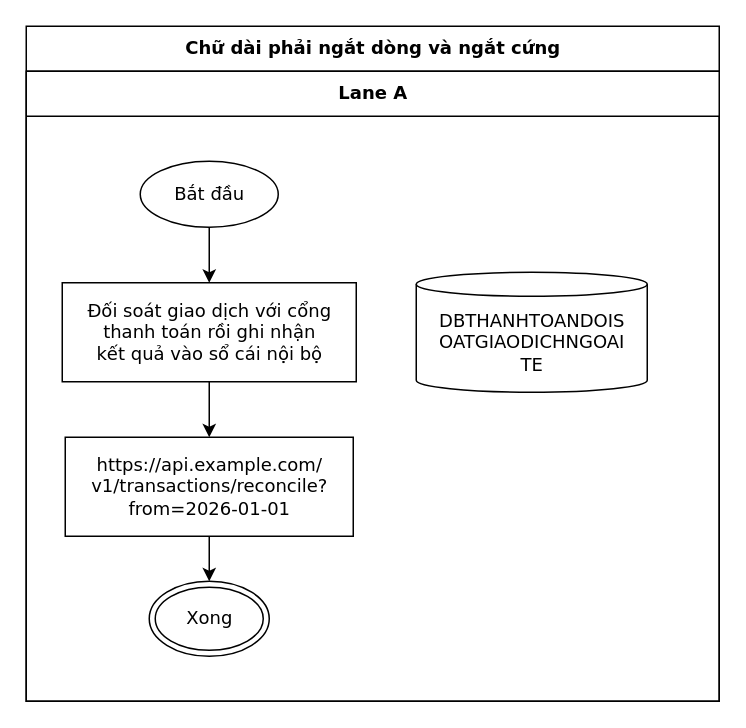
Before: conformance/golden/cases/19-wrap-long.drawio in luytbq/flowcast, a draw.io diagram. Source tidied: cells renumbered, new cells numbered last; positions are measured from the earlier drawing's top-left corner, leaving out a move shared by most shapes. Both pictures are drawn from the tidied source at 150%, with x=0, y=0 at pixel (26, 26).
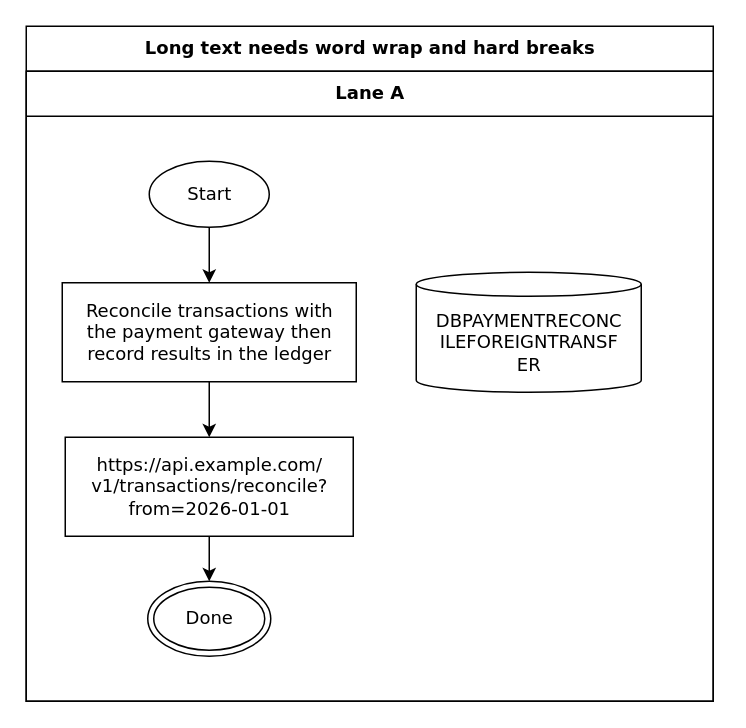
After the change.

The edit, as a diff of the source:
```diff
@@
 <mxGraphModel>
   <root>
     <mxCell id="0" />
     <mxCell id="1" parent="0" />
-    <mxCell id="2" value="Chữ dài phải ngắt dòng và ngắt cứng" style="swimlane;html=1;startSize=30;fontStyle=1;fontFamily=Verdana;fontSize=12;flowtable=1;" parent="1" vertex="1">
-      <mxGeometry width="462" height="450" as="geometry" />
+    <mxCell id="2" value="Long text needs word wrap and hard breaks" style="swimlane;html=1;startSize=30;fontStyle=1;fontFamily=Verdana;fontSize=12;flowtable=1;" parent="1" vertex="1">
+      <mxGeometry width="458" height="450" as="geometry" />
     </mxCell>
     <mxCell id="3" value="Lane A" style="swimlane;html=1;startSize=30;fontFamily=Verdana;fontSize=12;flowtable=1;" parent="2" vertex="1">
-      <mxGeometry y="30" width="462" height="420" as="geometry" />
+      <mxGeometry y="30" width="458" height="420" as="geometry" />
     </mxCell>
-    <mxCell id="4" value="Bắt đầu" style="ellipse;html=1;fontFamily=Verdana;fontSize=12;flowtable=1;" parent="3" vertex="1">
-      <mxGeometry x="76" y="60" width="92" height="44" as="geometry" />
+    <mxCell id="4" value="Start" style="ellipse;html=1;fontFamily=Verdana;fontSize=12;flowtable=1;" parent="3" vertex="1">
+      <mxGeometry x="82" y="60" width="80" height="44" as="geometry" />
     </mxCell>
-    <mxCell id="5" value="Đối soát giao dịch với cổng&lt;br&gt;thanh toán rồi ghi nhận&lt;br&gt;kết quả vào sổ cái nội bộ" style="rounded=0;html=1;fontFamily=Verdana;fontSize=12;flowtable=1;" parent="3" vertex="1">
+    <mxCell id="5" value="Reconcile transactions with&lt;br&gt;the payment gateway then&lt;br&gt;record results in the ledger" style="rounded=0;html=1;fontFamily=Verdana;fontSize=12;flowtable=1;" parent="3" vertex="1">
       <mxGeometry x="24" y="141" width="196" height="66" as="geometry" />
     </mxCell>
-    <mxCell id="6" value="DBTHANHTOANDOIS&lt;br&gt;OATGIAODICHNGOAI&lt;br&gt;TE" style="shape=cylinder3;html=1;boundedLbl=1;backgroundOutline=1;size=8;fontFamily=Verdana;fontSize=12;flowtable=1;" parent="3" vertex="1">
-      <mxGeometry x="260" y="134" width="154" height="80" as="geometry" />
+    <mxCell id="6" value="DBPAYMENTRECONC&lt;br&gt;ILEFOREIGNTRANSF&lt;br&gt;ER" style="shape=cylinder3;html=1;boundedLbl=1;backgroundOutline=1;size=8;fontFamily=Verdana;fontSize=12;flowtable=1;" parent="3" vertex="1">
+      <mxGeometry x="260" y="134" width="150" height="80" as="geometry" />
     </mxCell>
     <mxCell id="7" value="https://api.example.com/&lt;br&gt;v1/transactions/reconcile?&lt;br&gt;from=2026-01-01" style="rounded=0;html=1;fontFamily=Verdana;fontSize=12;flowtable=1;" parent="3" vertex="1">
       <mxGeometry x="26" y="244" width="192" height="66" as="geometry" />
     </mxCell>
-    <mxCell id="8" value="Xong" style="shape=doubleEllipse;html=1;fontFamily=Verdana;fontSize=12;flowtable=1;" parent="3" vertex="1">
-      <mxGeometry x="82" y="340" width="80" height="50" as="geometry" />
+    <mxCell id="8" value="Done" style="shape=doubleEllipse;html=1;fontFamily=Verdana;fontSize=12;flowtable=1;" parent="3" vertex="1">
+      <mxGeometry x="81" y="340" width="82" height="50" as="geometry" />
     </mxCell>
     <mxCell id="9" style="edgeStyle=orthogonalEdgeStyle;rounded=0;jettySize=auto;html=1;labelBackgroundColor=default;exitX=0.5;exitY=1;exitDx=0;exitDy=0;entryX=0.5;entryY=0;entryDx=0;entryDy=0;fontFamily=Verdana;fontSize=12;flowtable=1;" parent="2" edge="1" source="4" target="5">
       <mxGeometry relative="1" as="geometry" />
     </mxCell>
     <mxCell id="10" style="edgeStyle=orthogonalEdgeStyle;rounded=0;jettySize=auto;html=1;labelBackgroundColor=default;exitX=0.5;exitY=1;exitDx=0;exitDy=0;entryX=0.5;entryY=0;entryDx=0;entryDy=0;fontFamily=Verdana;fontSize=12;flowtable=1;" parent="2" edge="1" source="5" target="7">
       <mxGeometry relative="1" as="geometry" />
     </mxCell>
     <mxCell id="11" style="edgeStyle=orthogonalEdgeStyle;rounded=0;jettySize=auto;html=1;labelBackgroundColor=default;exitX=0.5;exitY=1;exitDx=0;exitDy=0;entryX=0.5;entryY=0;entryDx=0;entryDy=0;fontFamily=Verdana;fontSize=12;flowtable=1;" parent="2" edge="1" source="7" target="8">
       <mxGeometry relative="1" as="geometry" />
     </mxCell>
   </root>
 </mxGraphModel>
```
